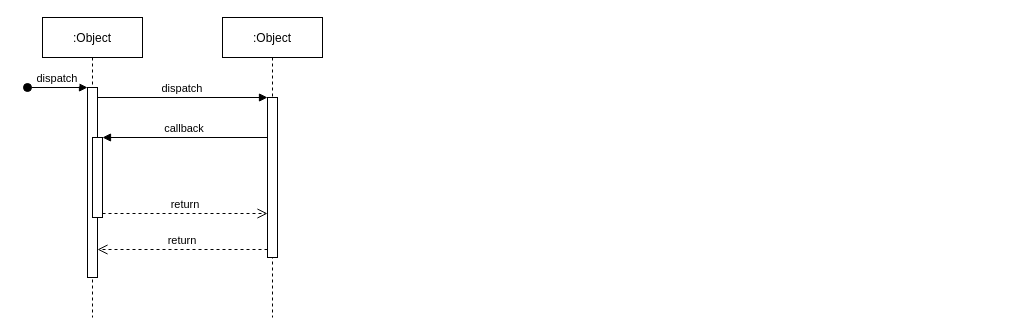
sun457990794/andy keeps this draw.io diagram as Untitled Diagram.drawio. Above is the earlier version. Source tidied: cells renumbered, new cells numbered last; positions are measured from the earlier drawing's top-left corner, leaving out a move shared by most shapes. Both pictures are drawn from the tidied source at 100%, with x=0, y=0 at pixel (27, 17).
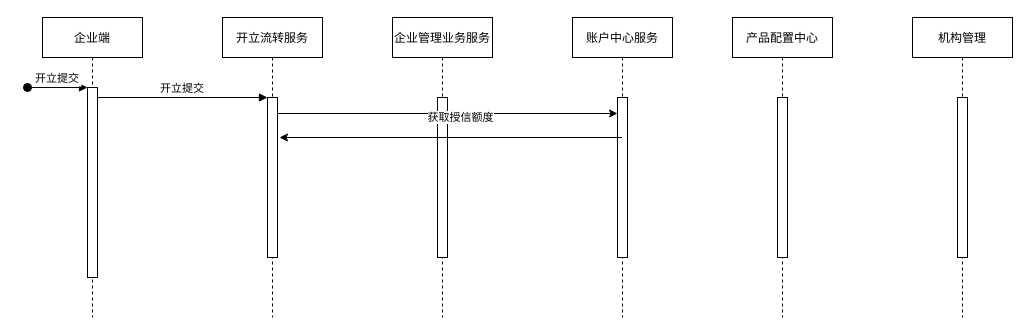
After the change.

Commit message:
开立时序图

The edit, as a diff of the source:
```diff
@@
 <mxGraphModel>
   <root>
     <mxCell id="0" />
     <mxCell id="1" parent="0" />
-    <mxCell id="2" value=":Object" style="shape=umlLifeline;perimeter=lifelinePerimeter;rounded=0;shadow=0;strokeWidth=1;" parent="1" vertex="1">
+    <mxCell id="2" value="企业端" style="shape=umlLifeline;perimeter=lifelinePerimeter;rounded=0;shadow=0;strokeWidth=1;" parent="1" vertex="1">
       <mxGeometry x="15" width="100" height="300" as="geometry" />
     </mxCell>
     <mxCell id="3" style="points=[];perimeter=orthogonalPerimeter;rounded=0;shadow=0;strokeWidth=1;" parent="2" vertex="1">
       <mxGeometry x="45" y="70" width="10" height="190" as="geometry" />
     </mxCell>
-    <mxCell id="4" value="dispatch" style="verticalAlign=bottom;startArrow=oval;endArrow=block;startSize=8;shadow=0;strokeWidth=1;" parent="2" edge="1" target="3">
+    <mxCell id="4" value="开立提交" style="verticalAlign=bottom;startArrow=oval;endArrow=block;startSize=8;shadow=0;strokeWidth=1;" parent="2" edge="1" target="3">
       <mxGeometry relative="1" as="geometry">
         <mxPoint x="-15" y="70" as="sourcePoint" />
       </mxGeometry>
     </mxCell>
-    <mxCell id="5" style="points=[];perimeter=orthogonalPerimeter;rounded=0;shadow=0;strokeWidth=1;" parent="2" vertex="1">
-      <mxGeometry x="50" y="120" width="10" height="80" as="geometry" />
-    </mxCell>
-    <mxCell id="6" value=":Object" style="shape=umlLifeline;perimeter=lifelinePerimeter;rounded=0;shadow=0;strokeWidth=1;" parent="1" vertex="1">
+    <mxCell id="6" value="开立流转服务" style="shape=umlLifeline;perimeter=lifelinePerimeter;rounded=0;shadow=0;strokeWidth=1;" parent="1" vertex="1">
       <mxGeometry x="195" width="100" height="300" as="geometry" />
     </mxCell>
     <mxCell id="7" style="points=[];perimeter=orthogonalPerimeter;rounded=0;shadow=0;strokeWidth=1;" parent="6" vertex="1">
       <mxGeometry x="45" y="80" width="10" height="160" as="geometry" />
     </mxCell>
-    <mxCell id="8" value="return" style="verticalAlign=bottom;endArrow=open;dashed=1;endSize=8;exitX=0;exitY=0.95;shadow=0;strokeWidth=1;" parent="1" edge="1" source="7" target="3">
-      <mxGeometry relative="1" as="geometry" />
-    </mxCell>
-    <mxCell id="9" value="dispatch" style="verticalAlign=bottom;endArrow=block;entryX=0;entryY=0;shadow=0;strokeWidth=1;" parent="1" edge="1" source="3" target="7">
+    <mxCell id="9" value="开立提交" style="verticalAlign=bottom;endArrow=block;entryX=0;entryY=0;shadow=0;strokeWidth=1;" parent="1" edge="1" source="3" target="7">
       <mxGeometry relative="1" as="geometry" />
     </mxCell>
-    <mxCell id="10" value="callback" style="verticalAlign=bottom;endArrow=block;entryX=1;entryY=0;shadow=0;strokeWidth=1;" parent="1" edge="1" source="7" target="5">
-      <mxGeometry relative="1" as="geometry" />
-    </mxCell>
-    <mxCell id="11" value="return" style="verticalAlign=bottom;endArrow=open;dashed=1;endSize=8;exitX=1;exitY=0.95;shadow=0;strokeWidth=1;" parent="1" edge="1" source="5" target="7">
-      <mxGeometry relative="1" as="geometry" />
-    </mxCell>
+    <mxCell id="12" value="企业管理业务服务" style="shape=umlLifeline;perimeter=lifelinePerimeter;rounded=0;shadow=0;strokeWidth=1;" parent="1" vertex="1">
+      <mxGeometry x="365" width="100" height="300" as="geometry" />
+    </mxCell>
+    <mxCell id="13" style="perimeter=orthogonalPerimeter;rounded=0;shadow=0;strokeWidth=1;" parent="12" vertex="1">
+      <mxGeometry x="45" y="80" width="10" height="160" as="geometry" />
+    </mxCell>
+    <mxCell id="14" value="账户中心服务" style="shape=umlLifeline;perimeter=lifelinePerimeter;rounded=0;shadow=0;strokeWidth=1;" parent="1" vertex="1">
+      <mxGeometry x="545" width="100" height="300" as="geometry" />
+    </mxCell>
+    <mxCell id="15" style="points=[];perimeter=orthogonalPerimeter;rounded=0;shadow=0;strokeWidth=1;" parent="14" vertex="1">
+      <mxGeometry x="45" y="80" width="10" height="160" as="geometry" />
+    </mxCell>
+    <mxCell id="16" value="产品配置中心" style="shape=umlLifeline;perimeter=lifelinePerimeter;rounded=0;shadow=0;strokeWidth=1;" parent="1" vertex="1">
+      <mxGeometry x="705" width="100" height="300" as="geometry" />
+    </mxCell>
+    <mxCell id="17" style="perimeter=orthogonalPerimeter;rounded=0;shadow=0;strokeWidth=1;" parent="16" vertex="1">
+      <mxGeometry x="45" y="80" width="10" height="160" as="geometry" />
+    </mxCell>
+    <mxCell id="18" value="机构管理" style="shape=umlLifeline;perimeter=lifelinePerimeter;rounded=0;shadow=0;strokeWidth=1;" parent="1" vertex="1">
+      <mxGeometry x="885" width="100" height="300" as="geometry" />
+    </mxCell>
+    <mxCell id="19" style="perimeter=orthogonalPerimeter;rounded=0;shadow=0;strokeWidth=1;" parent="18" vertex="1">
+      <mxGeometry x="45" y="80" width="10" height="160" as="geometry" />
+    </mxCell>
+    <mxCell id="20" style="edgeStyle=orthogonalEdgeStyle;rounded=0;jettySize=auto;html=1;exitX=1;exitY=0.1;exitDx=0;exitDy=0;exitPerimeter=0;entryX=0;entryY=0.1;entryDx=0;entryDy=0;entryPerimeter=0;" parent="1" edge="1" source="7" target="15">
+      <mxGeometry relative="1" as="geometry" />
+    </mxCell>
+    <mxCell id="21" value="获取授信额度" style="edgeLabel;html=1;align=center;verticalAlign=middle;" parent="20" vertex="1">
+      <mxGeometry x="0.07" y="-3" relative="1" as="geometry" />
+    </mxCell>
+    <mxCell id="22" style="endArrow=classic;html=1;rounded=0;entryX=1.2;entryY=0.25;entryDx=0;entryDy=0;entryPerimeter=0;" parent="1" edge="1" source="14" target="7">
+      <mxGeometry relative="1" as="geometry" />
+    </mxCell>
   </root>
 </mxGraphModel>
```
